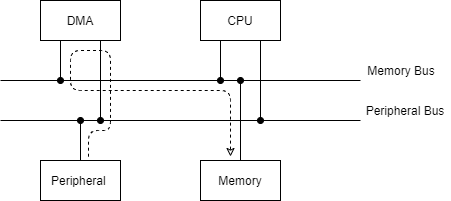
Above: 03Flowcharts/Perifericos/DMA.png in LPI-2020/DWR-19 (draw.io), before the change. Source tidied: cells renumbered, new cells last; positions are measured from the earlier drawing's top-left corner, leaving out a move shared by most shapes.
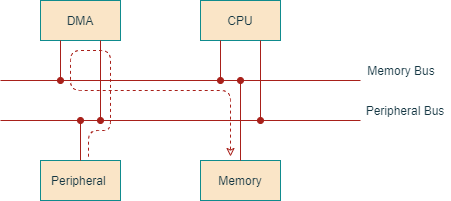
After the change.

The edit, as a diff of the source:
```diff
@@ -2,67 +2,67 @@
   <root>
     <mxCell id="0" />
     <mxCell id="1" parent="0" />
-    <mxCell id="2" style="endArrow=none;html=1;" parent="1" edge="1">
+    <mxCell id="2" style="endArrow=none;html=1;labelBackgroundColor=#DAD2D8;strokeColor=#A8201A;fontColor=#143642;" parent="1" edge="1">
       <mxGeometry relative="1" as="geometry">
         <mxPoint y="80" as="sourcePoint" />
         <mxPoint x="360" y="80" as="targetPoint" />
       </mxGeometry>
     </mxCell>
-    <mxCell id="3" style="endArrow=none;html=1;" parent="1" edge="1">
+    <mxCell id="3" style="endArrow=none;html=1;labelBackgroundColor=#DAD2D8;strokeColor=#A8201A;fontColor=#143642;" parent="1" edge="1">
       <mxGeometry relative="1" as="geometry">
         <mxPoint y="120" as="sourcePoint" />
         <mxPoint x="360" y="120" as="targetPoint" />
       </mxGeometry>
     </mxCell>
-    <mxCell id="4" value="DMA" style="rounded=0;whiteSpace=wrap;html=1;" parent="1" vertex="1">
+    <mxCell id="4" value="DMA" style="rounded=0;whiteSpace=wrap;html=1;fillColor=#FAE5C7;strokeColor=#0F8B8D;fontColor=#143642;" parent="1" vertex="1">
       <mxGeometry x="40" width="80" height="40" as="geometry" />
     </mxCell>
-    <mxCell id="5" value="CPU" style="rounded=0;whiteSpace=wrap;html=1;" parent="1" vertex="1">
+    <mxCell id="5" value="CPU" style="rounded=0;whiteSpace=wrap;html=1;fillColor=#FAE5C7;strokeColor=#0F8B8D;fontColor=#143642;" parent="1" vertex="1">
       <mxGeometry x="200" width="80" height="40" as="geometry" />
     </mxCell>
-    <mxCell id="6" value="Peripheral&amp;nbsp;" style="rounded=0;whiteSpace=wrap;html=1;" parent="1" vertex="1">
+    <mxCell id="6" value="Peripheral&amp;nbsp;" style="rounded=0;whiteSpace=wrap;html=1;fillColor=#FAE5C7;strokeColor=#0F8B8D;fontColor=#143642;" parent="1" vertex="1">
       <mxGeometry x="40" y="160" width="80" height="40" as="geometry" />
     </mxCell>
-    <mxCell id="7" value="Memory" style="rounded=0;whiteSpace=wrap;html=1;" parent="1" vertex="1">
+    <mxCell id="7" value="Memory" style="rounded=0;whiteSpace=wrap;html=1;fillColor=#FAE5C7;strokeColor=#0F8B8D;fontColor=#143642;" parent="1" vertex="1">
       <mxGeometry x="200" y="160" width="80" height="40" as="geometry" />
     </mxCell>
-    <mxCell id="8" value="Memory Bus" style="text;html=1;strokeColor=none;fillColor=none;align=center;verticalAlign=middle;whiteSpace=wrap;rounded=0;" parent="1" vertex="1">
+    <mxCell id="8" value="Memory Bus" style="text;html=1;strokeColor=none;fillColor=none;align=center;verticalAlign=middle;whiteSpace=wrap;rounded=0;fontColor=#143642;" parent="1" vertex="1">
       <mxGeometry x="366" y="60" width="70" height="20" as="geometry" />
     </mxCell>
-    <mxCell id="9" value="Peripheral Bus" style="text;html=1;strokeColor=none;fillColor=none;align=center;verticalAlign=middle;whiteSpace=wrap;rounded=0;" parent="1" vertex="1">
+    <mxCell id="9" value="Peripheral Bus" style="text;html=1;strokeColor=none;fillColor=none;align=center;verticalAlign=middle;whiteSpace=wrap;rounded=0;fontColor=#143642;" parent="1" vertex="1">
       <mxGeometry x="360" y="100" width="90" height="20" as="geometry" />
     </mxCell>
-    <mxCell id="10" style="endArrow=oval;html=1;exitX=0.25;exitY=1;exitDx=0;exitDy=0;startArrow=none;startFill=0;endFill=1;" parent="1" edge="1" source="4">
+    <mxCell id="10" style="endArrow=oval;html=1;exitX=0.25;exitY=1;exitDx=0;exitDy=0;startArrow=none;startFill=0;endFill=1;labelBackgroundColor=#DAD2D8;strokeColor=#A8201A;fontColor=#143642;" parent="1" edge="1" source="4">
       <mxGeometry relative="1" as="geometry">
         <mxPoint x="60" y="80" as="targetPoint" />
       </mxGeometry>
     </mxCell>
-    <mxCell id="11" style="endArrow=oval;html=1;exitX=0.75;exitY=1;exitDx=0;exitDy=0;startArrow=none;startFill=0;endFill=1;" parent="1" edge="1" source="4">
+    <mxCell id="11" style="endArrow=oval;html=1;exitX=0.75;exitY=1;exitDx=0;exitDy=0;startArrow=none;startFill=0;endFill=1;labelBackgroundColor=#DAD2D8;strokeColor=#A8201A;fontColor=#143642;" parent="1" edge="1" source="4">
       <mxGeometry relative="1" as="geometry">
         <mxPoint x="100" y="120" as="targetPoint" />
       </mxGeometry>
     </mxCell>
-    <mxCell id="12" style="endArrow=oval;html=1;startArrow=none;startFill=0;endFill=1;" parent="1" edge="1" source="6">
+    <mxCell id="12" style="endArrow=oval;html=1;startArrow=none;startFill=0;endFill=1;labelBackgroundColor=#DAD2D8;strokeColor=#A8201A;fontColor=#143642;" parent="1" edge="1" source="6">
       <mxGeometry relative="1" as="geometry">
         <mxPoint x="80" y="120" as="targetPoint" />
       </mxGeometry>
     </mxCell>
-    <mxCell id="13" style="endArrow=oval;html=1;exitX=0.75;exitY=1;exitDx=0;exitDy=0;startArrow=none;startFill=0;endFill=1;" parent="1" edge="1" source="5">
+    <mxCell id="13" style="endArrow=oval;html=1;exitX=0.75;exitY=1;exitDx=0;exitDy=0;startArrow=none;startFill=0;endFill=1;labelBackgroundColor=#DAD2D8;strokeColor=#A8201A;fontColor=#143642;" parent="1" edge="1" source="5">
       <mxGeometry relative="1" as="geometry">
         <mxPoint x="260" y="120" as="targetPoint" />
       </mxGeometry>
     </mxCell>
-    <mxCell id="14" style="endArrow=oval;html=1;exitX=0.25;exitY=1;exitDx=0;exitDy=0;startArrow=none;startFill=0;endFill=1;" parent="1" edge="1" source="5">
+    <mxCell id="14" style="endArrow=oval;html=1;exitX=0.25;exitY=1;exitDx=0;exitDy=0;startArrow=none;startFill=0;endFill=1;labelBackgroundColor=#DAD2D8;strokeColor=#A8201A;fontColor=#143642;" parent="1" edge="1" source="5">
       <mxGeometry relative="1" as="geometry">
         <mxPoint x="220" y="80" as="targetPoint" />
       </mxGeometry>
     </mxCell>
-    <mxCell id="15" style="endArrow=oval;html=1;startArrow=none;startFill=0;endFill=1;exitX=0.5;exitY=0;exitDx=0;exitDy=0;" parent="1" edge="1" source="7">
+    <mxCell id="15" style="endArrow=oval;html=1;startArrow=none;startFill=0;endFill=1;exitX=0.5;exitY=0;exitDx=0;exitDy=0;labelBackgroundColor=#DAD2D8;strokeColor=#A8201A;fontColor=#143642;" parent="1" edge="1" source="7">
       <mxGeometry relative="1" as="geometry">
         <mxPoint x="240" y="80" as="targetPoint" />
       </mxGeometry>
     </mxCell>
-    <mxCell id="16" style="endArrow=classic;dashed=1;html=1;exitX=0.6;exitY=-0.095;exitDx=0;exitDy=0;exitPerimeter=0;endFill=0;" parent="1" edge="1" source="6">
+    <mxCell id="16" style="endArrow=classic;dashed=1;html=1;exitX=0.6;exitY=-0.095;exitDx=0;exitDy=0;exitPerimeter=0;endFill=0;labelBackgroundColor=#DAD2D8;strokeColor=#A8201A;fontColor=#143642;" parent="1" edge="1" source="6">
       <mxGeometry relative="1" as="geometry">
         <mxPoint x="230" y="156" as="targetPoint" />
         <Array as="points">
```
